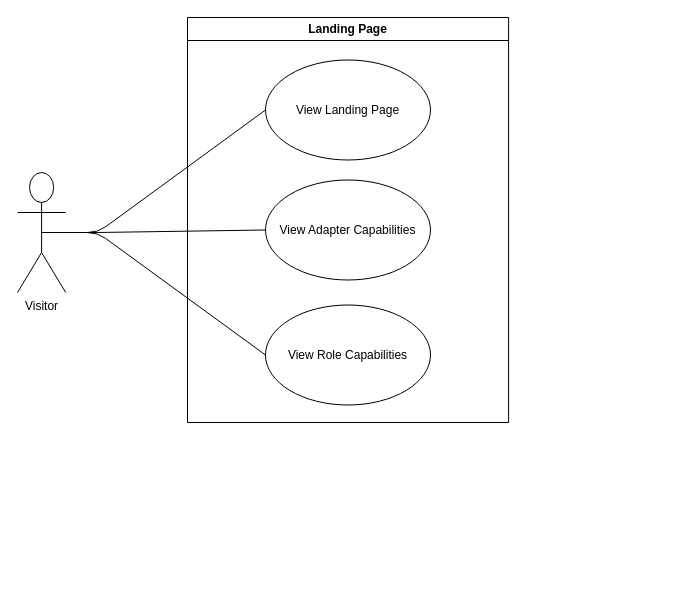
COS301-SE-2026/UMTAS keeps this draw.io diagram as page "Landing Page" (2 of 12) of docs/diagrams/requirements/Requirements.drawio. Above is the earlier version. Source tidied: cells renumbered, new cells numbered last; positions are measured from the earlier drawing's top-left corner, leaving out a move shared by most shapes. Both pictures are drawn from the tidied source at 100%, with x=0, y=0 at pixel (17, 17).
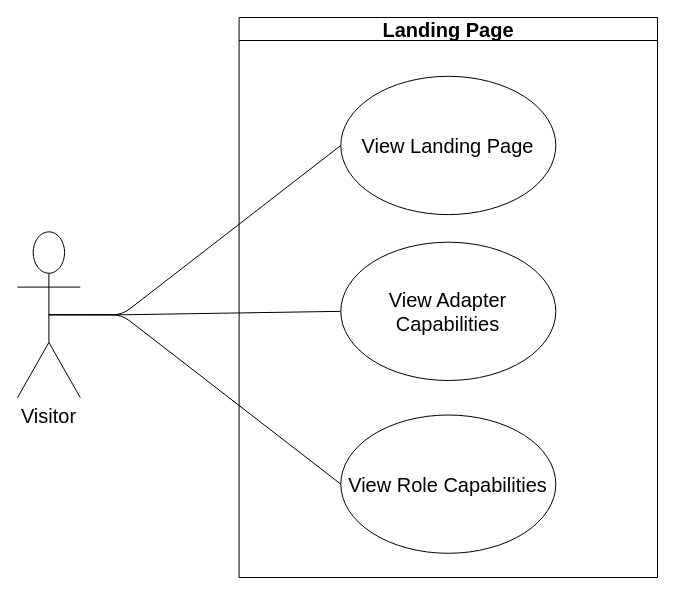
The same page after the edit.

What changed in the source:
```diff
@@
 <mxGraphModel>
   <root>
     <mxCell id="0" />
     <mxCell id="1" parent="0" />
     <mxCell id="2" style="group;" parent="1" vertex="1">
-      <mxGeometry width="491" height="405" as="geometry" />
+      <mxGeometry width="640" height="560" as="geometry" />
     </mxCell>
-    <mxCell id="3" value="Visitor" style="shape=umlActor;verticalLabelPosition=bottom;verticalAlign=top;html=1;outlineConnect=0;" parent="2" vertex="1">
-      <mxGeometry y="155" width="48.2" height="120" as="geometry" />
+    <mxCell id="3" value="&lt;font style=&quot;font-size: 20px;&quot;&gt;Visitor&lt;/font&gt;" style="shape=umlActor;verticalLabelPosition=bottom;verticalAlign=top;html=1;outlineConnect=0;" parent="2" vertex="1">
+      <mxGeometry y="214.3" width="62.8" height="165.9" as="geometry" />
     </mxCell>
-    <mxCell id="4" value="Landing Page" style="swimlane;whiteSpace=wrap;html=1;" parent="2" vertex="1">
-      <mxGeometry x="170" width="321.1" height="405" as="geometry" />
+    <mxCell id="4" value="&lt;font style=&quot;font-size: 20px;&quot;&gt;Landing Page&lt;/font&gt;" style="swimlane;whiteSpace=wrap;html=1;" parent="2" vertex="1">
+      <mxGeometry x="221.6" width="418.4" height="560" as="geometry" />
     </mxCell>
     <mxCell id="5" style="endArrow=none;html=1;exitX=0.5;exitY=0.5;exitDx=0;exitDy=0;exitPerimeter=0;entryX=0;entryY=0.5;entryDx=0;entryDy=0;" parent="2" edge="1" source="3" target="9">
       <mxGeometry relative="1" as="geometry">
         <Array as="points">
-          <mxPoint x="80.3" y="215" />
+          <mxPoint x="104.6" y="297.3" />
         </Array>
       </mxGeometry>
     </mxCell>
     <mxCell id="6" style="endArrow=none;html=1;exitX=0.5;exitY=0.5;exitDx=0;exitDy=0;exitPerimeter=0;entryX=0;entryY=0.5;entryDx=0;entryDy=0;" parent="2" edge="1" source="3" target="8">
       <mxGeometry relative="1" as="geometry">
         <Array as="points">
-          <mxPoint x="80.3" y="215" />
+          <mxPoint x="104.6" y="297.3" />
         </Array>
       </mxGeometry>
     </mxCell>
     <mxCell id="7" style="endArrow=none;html=1;exitX=0.5;exitY=0.5;exitDx=0;exitDy=0;exitPerimeter=0;entryX=0;entryY=0.5;entryDx=0;entryDy=0;" parent="2" edge="1" source="3" target="10">
       <mxGeometry relative="1" as="geometry">
         <Array as="points">
-          <mxPoint x="80" y="215" />
+          <mxPoint x="104.3" y="297.3" />
         </Array>
       </mxGeometry>
     </mxCell>
-    <mxCell id="8" value="View Adapter Capabilities" style="ellipse;whiteSpace=wrap;html=1;" parent="2" vertex="1">
-      <mxGeometry x="248" y="162.5" width="165" height="100" as="geometry" />
+    <mxCell id="8" value="&lt;font style=&quot;font-size: 20px;&quot;&gt;View Adapter Capabilities&lt;/font&gt;" style="ellipse;whiteSpace=wrap;html=1;" parent="2" vertex="1">
+      <mxGeometry x="323.3" y="224.7" width="215" height="138.3" as="geometry" />
     </mxCell>
-    <mxCell id="9" value="&lt;span style=&quot;color: rgb(0, 0, 0);&quot;&gt;View Landing Page&lt;/span&gt;" style="ellipse;whiteSpace=wrap;html=1;" parent="2" vertex="1">
-      <mxGeometry x="248" y="42.5" width="165" height="100" as="geometry" />
+    <mxCell id="9" value="&lt;span style=&quot;color: rgb(0, 0, 0);&quot;&gt;&lt;font style=&quot;font-size: 20px;&quot;&gt;View Landing Page&lt;/font&gt;&lt;/span&gt;" style="ellipse;whiteSpace=wrap;html=1;" parent="2" vertex="1">
+      <mxGeometry x="323.3" y="58.8" width="215" height="138.3" as="geometry" />
     </mxCell>
-    <mxCell id="10" value="View Role Capabilities" style="ellipse;whiteSpace=wrap;html=1;" parent="2" vertex="1">
-      <mxGeometry x="248" y="287.5" width="165" height="100" as="geometry" />
+    <mxCell id="10" value="&lt;font style=&quot;font-size: 20px;&quot;&gt;View Role Capabilities&lt;/font&gt;" style="ellipse;whiteSpace=wrap;html=1;" parent="2" vertex="1">
+      <mxGeometry x="323.3" y="397.5" width="215" height="138.3" as="geometry" />
     </mxCell>
   </root>
 </mxGraphModel>
```
